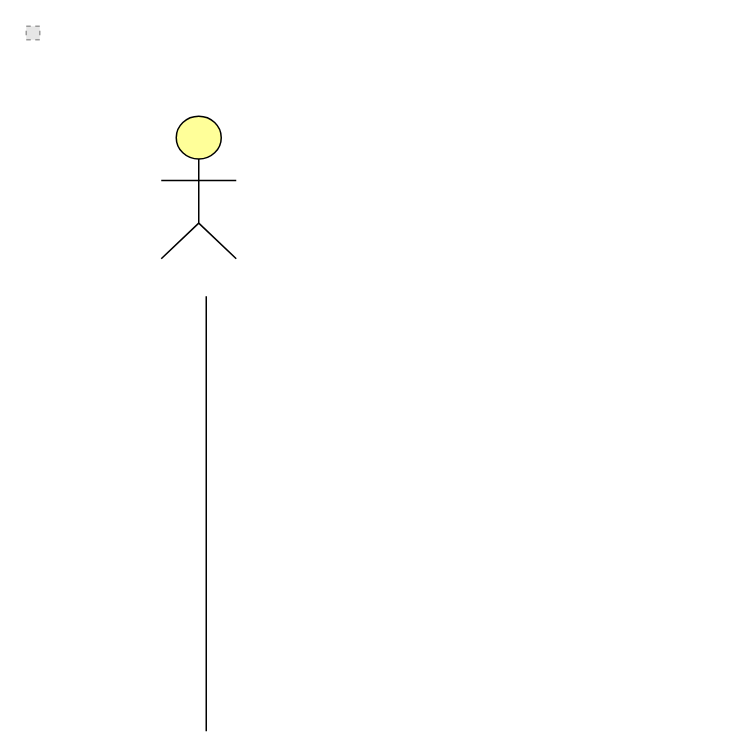
MosheYitzhakov/booking-halls keeps this draw.io diagram as page "Flow Data client" (2 of 2) of Diagrams/orderHallSD.drawio. Above is the earlier version. Source tidied: cells renumbered, new cells numbered last; positions are measured from the earlier drawing's top-left corner, leaving out a move shared by most shapes. Both pictures are drawn from the tidied source at 150%, with x=0, y=0 at pixel (26, 26). Pictures stored in the file or linked from it are replaced by grey dashed boxes.
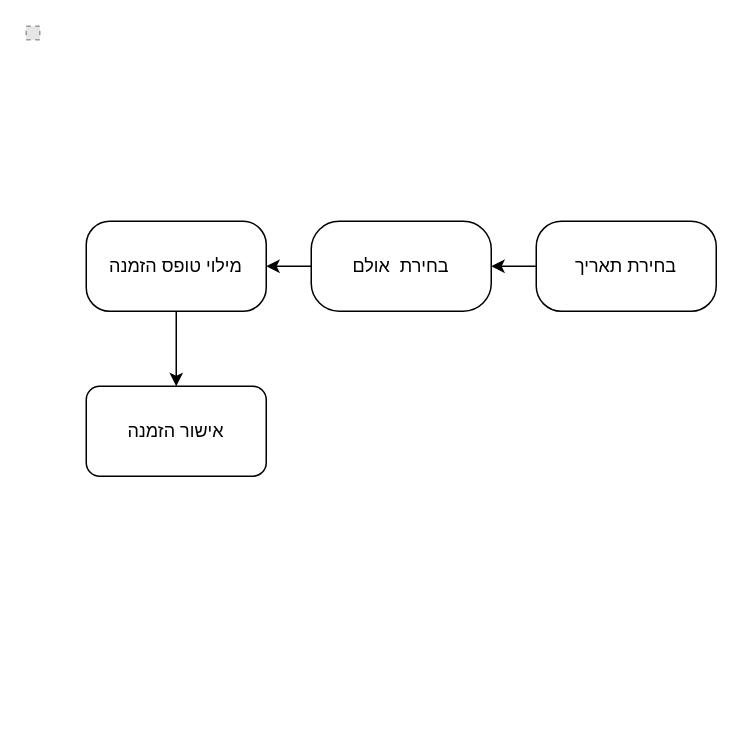
The same page after the edit.

Change to the diagram source:
```diff
@@
 <mxGraphModel>
   <root>
     <mxCell id="0" />
     <mxCell id="1" parent="0" />
-    <mxCell id="2" style="html=1;whiteSpace=wrap;fillColor=#ffff99;verticalLabelPosition=bottom;verticalAlign=top;align=center;shape=mxgraph.archimate3.actor;" parent="1" vertex="1">
-      <mxGeometry x="90" y="60" width="50" height="95" as="geometry" />
-    </mxCell>
-    <mxCell id="3" style="endArrow=none;html=1;" parent="1" edge="1">
-      <mxGeometry relative="1" as="geometry">
-        <mxPoint x="120" y="470" as="sourcePoint" />
-        <mxPoint x="120" y="180" as="targetPoint" />
-      </mxGeometry>
-    </mxCell>
     <mxCell id="4" style="fillColor=#E6E6E6;strokeColor=#999999;dashed=1;verticalLabelPosition=bottom;labelBackgroundColor=default;verticalAlign=top;" parent="1" vertex="1">
       <mxGeometry width="9" height="9" as="geometry" />
     </mxCell>
+    <mxCell id="5" style="edgeStyle=none;html=1;" parent="1" edge="1" source="6" target="8">
+      <mxGeometry relative="1" as="geometry" />
+    </mxCell>
+    <mxCell id="6" value="בחירת תאריך" style="rounded=1;whiteSpace=wrap;html=1;arcSize=28;" parent="1" vertex="1">
+      <mxGeometry x="340" y="130" width="120" height="60" as="geometry" />
+    </mxCell>
+    <mxCell id="7" style="edgeStyle=none;html=1;" parent="1" edge="1" source="8" target="10">
+      <mxGeometry relative="1" as="geometry" />
+    </mxCell>
+    <mxCell id="8" value="בחירת&amp;nbsp; אולם" style="rounded=1;whiteSpace=wrap;html=1;arcSize=31;" parent="1" vertex="1">
+      <mxGeometry x="190" y="130" width="120" height="60" as="geometry" />
+    </mxCell>
+    <mxCell id="9" style="edgeStyle=none;html=1;" parent="1" edge="1" source="10" target="11">
+      <mxGeometry relative="1" as="geometry" />
+    </mxCell>
+    <mxCell id="10" value="מילוי טופס הזמנה" style="rounded=1;whiteSpace=wrap;html=1;arcSize=26;" parent="1" vertex="1">
+      <mxGeometry x="40" y="130" width="120" height="60" as="geometry" />
+    </mxCell>
+    <mxCell id="11" value="אישור הזמנה" style="rounded=1;whiteSpace=wrap;html=1;" parent="1" vertex="1">
+      <mxGeometry x="40" y="240" width="120" height="60" as="geometry" />
+    </mxCell>
   </root>
 </mxGraphModel>
```
